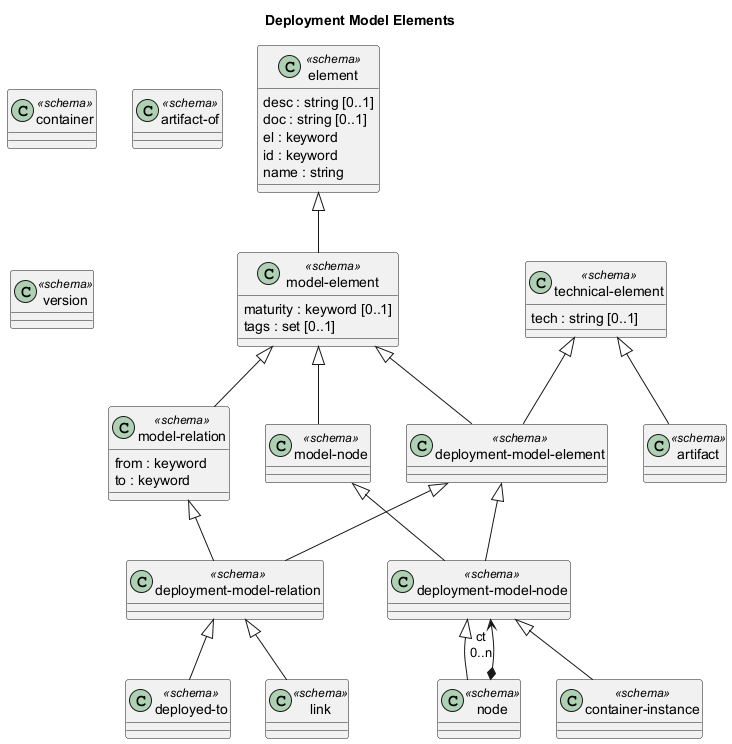
This is docs/overarch/data-model/deployment-model-elements.png from soulspace-org/overarch, a PlantUML export, as it was before one commit.
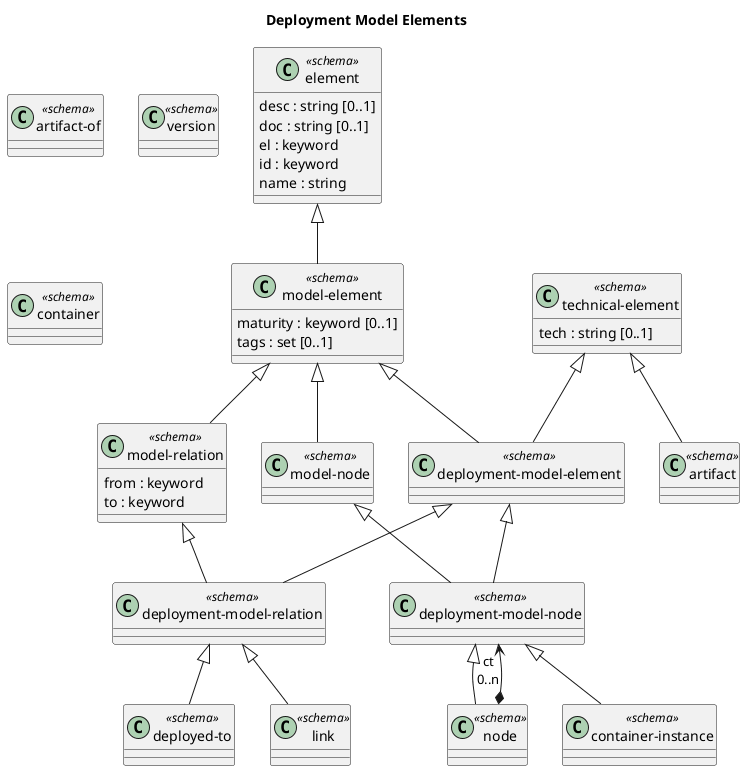
Later version of the same file.

What changed in the source:
```diff
@@ -1,11 +1,17 @@
 @startuml deployment-model-elements
 title Deployment Model Elements
-class "deployment-model-node" as overarch_dataModel_deploymentModelNode <<schema>> {}
-class "container" as overarch_dataModel_container <<schema>> {}
-class "artifact-of" as overarch_dataModel_artifactOf <<schema>> {}
-class "model-node" as overarch_dataModel_modelNode <<schema>> {}
-class "artifact" as overarch_dataModel_artifact <<schema>> {}
-class "deployed-to" as overarch_dataModel_deployedTo <<schema>> {}
+class "deployment-model-node" as overarch_dataModel_deploymentModelNode <<schema>> {
+}
+class "node" as overarch_dataModel_node <<schema>> {
+}
+class "artifact-of" as overarch_dataModel_artifactOf <<schema>> {
+}
+class "model-node" as overarch_dataModel_modelNode <<schema>> {
+}
+class "artifact" as overarch_dataModel_artifact <<schema>> {
+}
+class "deployed-to" as overarch_dataModel_deployedTo <<schema>> {
+}
 class "element" as overarch_dataModel_element <<schema>> {
   desc : string [0..1]
   doc : string [0..1]
@@ -13,18 +19,24 @@
   id : keyword
   name : string
 }
-class "deployment-model-relation" as overarch_dataModel_deploymentModelRelation <<schema>> {}
+class "deployment-model-relation" as overarch_dataModel_deploymentModelRelation <<schema>> {
+}
+class "container-instance" as overarch_dataModel_containerInstance <<schema>> {
+}
 class "model-element" as overarch_dataModel_modelElement <<schema>> {
   maturity : keyword [0..1]
   tags : set [0..1]
 }
-class "node" as overarch_dataModel_node <<schema>> {}
-class "link" as overarch_dataModel_link <<schema>> {}
-class "container-instance" as overarch_dataModel_containerInstance <<schema>> {}
-class "version" as overarch_dataModel_version <<schema>> {}
-class "deployment-model-element" as overarch_dataModel_deploymentModelElement <<schema>> {}
+class "link" as overarch_dataModel_link <<schema>> {
+}
+class "version" as overarch_dataModel_version <<schema>> {
+}
+class "deployment-model-element" as overarch_dataModel_deploymentModelElement <<schema>> {
+}
 class "technical-element" as overarch_dataModel_technicalElement <<schema>> {
   tech : string [0..1]
+}
+class "container" as overarch_dataModel_container <<schema>> {
 }
 class "model-relation" as overarch_dataModel_modelRelation <<schema>> {
   from : keyword
```
